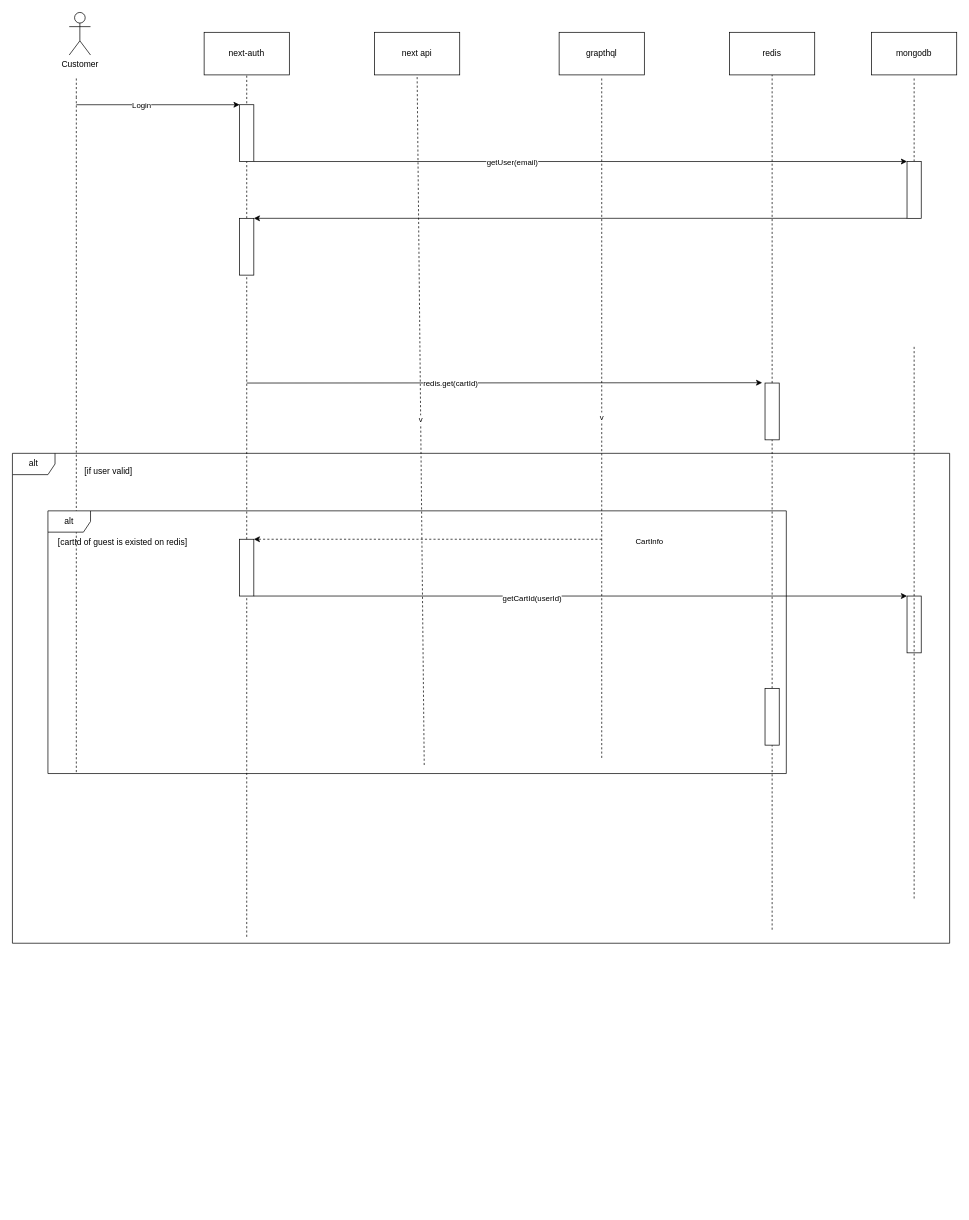
Above: public/Biểu đồ không có tiêu đề.drawio in skylie628/next-ecommerce-project (draw.io), before the change. Source tidied: cells renumbered, new cells numbered last; positions are measured from the earlier drawing's top-left corner, leaving out a move shared by most shapes. Both pictures are drawn from the tidied source at 71%, with x=0, y=0 at pixel (12, 12).
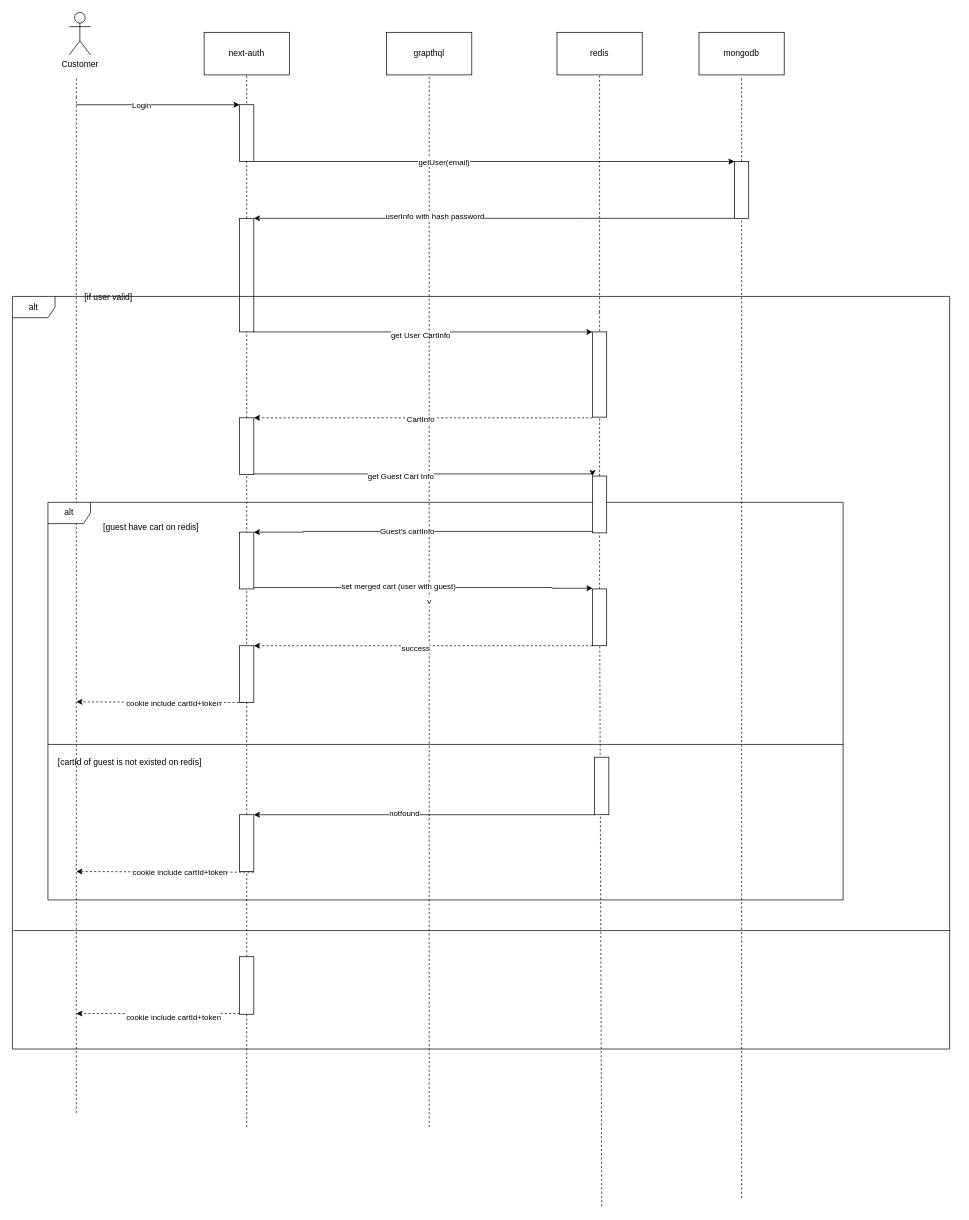
The same page after the edit.

The edit, as a diff of the source:
```diff
@@
-    <mxCell id="2" style="rounded=0;whiteSpace=wrap;html=1;" parent="1" vertex="1">
-      <mxGeometry x="1060" y="522" width="20" height="80" as="geometry" />
-    </mxCell>
+    <mxCell id="42" style="edgeStyle=orthogonalEdgeStyle;rounded=0;jettySize=auto;html=1;exitX=1;exitY=1;exitDx=0;exitDy=0;entryX=0;entryY=0;entryDx=0;entryDy=0;" parent="1" edge="1" source="41" target="49">
+      <mxGeometry relative="1" as="geometry">
+        <Array as="points">
+          <mxPoint x="520" y="450" />
+          <mxPoint x="520" y="450" />
+        </Array>
+      </mxGeometry>
+    </mxCell>
+    <mxCell id="43" value="get User CartInfo" style="edgeLabel;html=1;align=center;verticalAlign=middle;" parent="42" vertex="1">
+      <mxGeometry x="-0.02" y="-4" relative="1" as="geometry" />
+    </mxCell>
+    <mxCell id="41" style="rounded=0;whiteSpace=wrap;html=1;" parent="1" vertex="1">
+      <mxGeometry x="320" y="290" width="20" height="160" as="geometry" />
+    </mxCell>
@@
     <mxCell id="4" value="grapthql" style="rounded=0;whiteSpace=wrap;html=1;" parent="1" vertex="1">
-      <mxGeometry x="770" y="28" width="120" height="60" as="geometry" />
+      <mxGeometry x="527" y="28" width="120" height="60" as="geometry" />
     </mxCell>
@@
     <mxCell id="7" style="endArrow=none;dashed=1;html=1;rounded=0;" parent="1" edge="1">
       <mxGeometry relative="1" as="geometry">
-        <mxPoint x="90" y="1070" as="sourcePoint" />
+        <mxPoint x="90" y="1550" as="sourcePoint" />
         <mxPoint x="90" y="120" as="targetPoint" />
       </mxGeometry>
     </mxCell>
@@
     <mxCell id="9" value="v" style="endArrow=none;dashed=1;html=1;rounded=0;" parent="1" edge="1">
       <mxGeometry relative="1" as="geometry">
-        <mxPoint x="830" y="1050" as="sourcePoint" />
-        <mxPoint x="830" y="90" as="targetPoint" />
+        <mxPoint x="587" y="1570" as="sourcePoint" />
+        <mxPoint x="587" y="90" as="targetPoint" />
       </mxGeometry>
     </mxCell>
@@
     <mxCell id="13" value="redis" style="rounded=0;whiteSpace=wrap;html=1;" parent="1" vertex="1">
-      <mxGeometry x="1010" y="28" width="120" height="60" as="geometry" />
+      <mxGeometry x="767" y="28" width="120" height="60" as="geometry" />
     </mxCell>
-    <mxCell id="14" style="endArrow=none;dashed=1;html=1;rounded=0;entryX=0.5;entryY=1;entryDx=0;entryDy=0;" parent="1" edge="1" source="2" target="13">
-      <mxGeometry relative="1" as="geometry" />
+    <mxCell id="14" style="endArrow=none;dashed=1;html=1;rounded=0;entryX=0.5;entryY=1;entryDx=0;entryDy=0;" parent="1" edge="1" target="13">
+      <mxGeometry relative="1" as="geometry">
+        <mxPoint x="827" y="422" as="sourcePoint" />
+      </mxGeometry>
     </mxCell>
     <mxCell id="15" value="mongodb" style="rounded=0;whiteSpace=wrap;html=1;" parent="1" vertex="1">
-      <mxGeometry x="1210" y="28" width="120" height="60" as="geometry" />
+      <mxGeometry x="967" y="28" width="120" height="60" as="geometry" />
     </mxCell>
     <mxCell id="16" style="endArrow=none;dashed=1;html=1;rounded=0;" parent="1" edge="1" source="39">
       <mxGeometry relative="1" as="geometry">
-        <mxPoint x="1270" y="90" as="targetPoint" />
+        <mxPoint x="1027" y="90" as="targetPoint" />
       </mxGeometry>
     </mxCell>
-    <mxCell id="17" style="endArrow=classic;html=1;rounded=0;entryX=-0.2;entryY=-0.006;entryDx=0;entryDy=0;entryPerimeter=0;" parent="1" edge="1" target="2">
-      <mxGeometry relative="1" as="geometry">
-        <mxPoint x="330" y="522" as="sourcePoint" />
-      </mxGeometry>
-    </mxCell>
-    <mxCell id="18" value="redis.get(cartId)" style="edgeLabel;html=1;align=center;verticalAlign=middle;" parent="17" vertex="1">
-      <mxGeometry x="-0.21" y="1" relative="1" as="geometry">
-        <mxPoint y="1" as="offset" />
-      </mxGeometry>
-    </mxCell>
-    <mxCell id="19" style="endArrow=none;dashed=1;html=1;rounded=0;entryX=0.5;entryY=1;entryDx=0;entryDy=0;" parent="1" edge="1" source="27" target="2">
-      <mxGeometry relative="1" as="geometry" />
+    <mxCell id="19" style="endArrow=none;dashed=1;html=1;rounded=0;" parent="1" edge="1" source="27">
+      <mxGeometry relative="1" as="geometry">
+        <mxPoint x="827" y="420" as="targetPoint" />
+      </mxGeometry>
     </mxCell>
-    <mxCell id="20" style="endArrow=classic;html=1;rounded=0;dashed=1;" parent="1" edge="1">
+    <mxCell id="20" style="endArrow=classic;html=1;rounded=0;dashed=1;exitX=0;exitY=1;exitDx=0;exitDy=0;entryX=1;entryY=0;entryDx=0;entryDy=0;" parent="1" edge="1" target="23">
       <mxGeometry relative="1" as="geometry">
-        <mxPoint x="830" y="742" as="sourcePoint" />
-        <mxPoint x="340" y="742" as="targetPoint" />
+        <mxPoint x="817" y="571" as="sourcePoint" />
       </mxGeometry>
     </mxCell>
     <mxCell id="21" value="CartInfo" style="edgeLabel;html=1;align=center;verticalAlign=middle;" parent="20" vertex="1">
-      <mxGeometry x="-0.21" y="1" relative="1" as="geometry">
-        <mxPoint x="260" y="1" as="offset" />
-      </mxGeometry>
+      <mxGeometry x="0.02" y="2" relative="1" as="geometry" />
     </mxCell>
-    <mxCell id="22" style="endArrow=none;dashed=1;html=1;rounded=0;" parent="1" edge="1" target="23">
-      <mxGeometry relative="1" as="geometry">
-        <mxPoint x="330" y="1302" as="sourcePoint" />
-      </mxGeometry>
+    <mxCell id="22" style="endArrow=none;dashed=1;html=1;rounded=0;" parent="1" edge="1" source="66" target="23">
+      <mxGeometry relative="1" as="geometry" />
     </mxCell>
+    <mxCell id="44" style="edgeStyle=orthogonalEdgeStyle;rounded=0;jettySize=auto;html=1;entryX=0;entryY=0;entryDx=0;entryDy=0;" parent="1" edge="1" source="23" target="27">
+      <mxGeometry relative="1" as="geometry">
+        <Array as="points">
+          <mxPoint x="817" y="650" />
+        </Array>
+      </mxGeometry>
+    </mxCell>
+    <mxCell id="45" value="get Guest Cart Info" style="edgeLabel;html=1;align=center;verticalAlign=middle;" parent="44" vertex="1">
+      <mxGeometry x="-0.14" y="-2" relative="1" as="geometry" />
+    </mxCell>
     <mxCell id="23" style="rounded=0;whiteSpace=wrap;html=1;" parent="1" vertex="1">
-      <mxGeometry x="320" y="742" width="20" height="80" as="geometry" />
+      <mxGeometry x="320" y="571" width="20" height="80" as="geometry" />
     </mxCell>
     <mxCell id="24" value="alt" style="shape=umlFrame;whiteSpace=wrap;html=1;" parent="1" vertex="1">
-      <mxGeometry x="50" y="702" width="1040" height="370" as="geometry" />
+      <mxGeometry x="50" y="690" width="1120" height="560" as="geometry" />
     </mxCell>
-    <mxCell id="25" value="[cartId of guest is existed on redis]" style="text;html=1;align=center;verticalAlign=middle;strokeColor=none;fillColor=none;" parent="1" vertex="1">
-      <mxGeometry x="50" y="732" width="210" height="30" as="geometry" />
+    <mxCell id="25" value="[guest have cart on redis]" style="text;html=1;align=center;verticalAlign=middle;strokeColor=none;fillColor=none;" parent="1" vertex="1">
+      <mxGeometry x="115" y="710" width="160" height="30" as="geometry" />
     </mxCell>
     <mxCell id="26" style="endArrow=none;dashed=1;html=1;rounded=0;" parent="1" edge="1" target="27">
       <mxGeometry relative="1" as="geometry">
-        <mxPoint x="1070" y="1292" as="sourcePoint" />
+        <mxPoint x="827" y="812" as="sourcePoint" />
       </mxGeometry>
     </mxCell>
+    <mxCell id="46" style="edgeStyle=orthogonalEdgeStyle;rounded=0;jettySize=auto;html=1;entryX=1;entryY=0;entryDx=0;entryDy=0;exitX=0;exitY=1;exitDx=0;exitDy=0;" parent="1" edge="1" target="52">
+      <mxGeometry relative="1" as="geometry">
+        <mxPoint x="817" y="732" as="sourcePoint" />
+        <Array as="points">
+          <mxPoint x="410" y="731" />
+        </Array>
+      </mxGeometry>
+    </mxCell>
+    <mxCell id="47" value="Guest's cartInfo" style="edgeLabel;html=1;align=center;verticalAlign=middle;" parent="46" vertex="1">
+      <mxGeometry x="0.1" y="-1" relative="1" as="geometry" />
+    </mxCell>
     <mxCell id="27" style="rounded=0;whiteSpace=wrap;html=1;" parent="1" vertex="1">
-      <mxGeometry x="1060" y="952" width="20" height="80" as="geometry" />
+      <mxGeometry x="817" y="653" width="20" height="80" as="geometry" />
     </mxCell>
-    <mxCell id="28" style="endArrow=classic;html=1;rounded=0;exitX=1;exitY=1;exitDx=0;exitDy=0;entryX=0;entryY=0;entryDx=0;entryDy=0;" parent="1" edge="1" source="23" target="30">
-      <mxGeometry relative="1" as="geometry" />
-    </mxCell>
-    <mxCell id="29" value="getCartId(userId)" style="edgeLabel;html=1;align=center;verticalAlign=middle;" parent="28" vertex="1">
-      <mxGeometry x="-0.15" y="-3" relative="1" as="geometry" />
-    </mxCell>
-    <mxCell id="30" style="rounded=0;whiteSpace=wrap;html=1;" parent="1" vertex="1">
-      <mxGeometry x="1260" y="822" width="20" height="80" as="geometry" />
-    </mxCell>
-    <mxCell id="31" value="next api" style="rounded=0;whiteSpace=wrap;html=1;" parent="1" vertex="1">
-      <mxGeometry x="510" y="28" width="120" height="60" as="geometry" />
-    </mxCell>
-    <mxCell id="32" value="v" style="endArrow=none;dashed=1;html=1;rounded=0;entryX=0.5;entryY=1;entryDx=0;entryDy=0;" parent="1" edge="1" target="31">
-      <mxGeometry relative="1" as="geometry">
-        <mxPoint x="580" y="1060" as="sourcePoint" />
-      </mxGeometry>
-    </mxCell>
     <mxCell id="33" value="alt" style="shape=umlFrame;whiteSpace=wrap;html=1;" parent="1" vertex="1">
-      <mxGeometry y="621" width="1320" height="690" as="geometry" />
+      <mxGeometry y="400" width="1320" height="1060" as="geometry" />
     </mxCell>
     <mxCell id="34" value="[if user valid]" style="text;html=1;align=center;verticalAlign=middle;strokeColor=none;fillColor=none;" parent="1" vertex="1">
-      <mxGeometry x="90" y="632" width="90" height="30" as="geometry" />
+      <mxGeometry x="90" y="386" width="90" height="30" as="geometry" />
     </mxCell>
@@
-    <mxCell id="37" style="endArrow=none;dashed=1;html=1;rounded=0;" parent="1" edge="1">
+    <mxCell id="37" style="endArrow=none;dashed=1;html=1;rounded=0;entryX=0.5;entryY=1;entryDx=0;entryDy=0;" parent="1" edge="1" target="39">
       <mxGeometry relative="1" as="geometry">
-        <mxPoint x="1270" y="1248" as="sourcePoint" />
-        <mxPoint x="1270" y="468" as="targetPoint" />
+        <mxPoint x="1027" y="1670" as="sourcePoint" />
       </mxGeometry>
     </mxCell>
     <mxCell id="38" style="edgeStyle=orthogonalEdgeStyle;rounded=0;jettySize=auto;html=1;entryX=1;entryY=0;entryDx=0;entryDy=0;exitX=0;exitY=1;exitDx=0;exitDy=0;" parent="1" edge="1" source="39" target="41">
       <mxGeometry relative="1" as="geometry">
         <Array as="points">
-          <mxPoint x="340" y="290" />
+          <mxPoint x="800" y="290" />
+          <mxPoint x="800" y="290" />
         </Array>
       </mxGeometry>
     </mxCell>
+    <mxCell id="48" value="userInfo with hash password" style="edgeLabel;html=1;align=center;verticalAlign=middle;" parent="38" vertex="1">
+      <mxGeometry x="0.25" y="-4" relative="1" as="geometry" />
+    </mxCell>
     <mxCell id="39" style="rounded=0;whiteSpace=wrap;html=1;" parent="1" vertex="1">
-      <mxGeometry x="1260" y="210" width="20" height="80" as="geometry" />
+      <mxGeometry x="1017" y="210" width="20" height="80" as="geometry" />
     </mxCell>
-    <mxCell id="40" style="endArrow=none;dashed=1;html=1;rounded=0;" parent="1" edge="1" source="23" target="41">
+    <mxCell id="40" style="endArrow=none;dashed=1;html=1;rounded=0;entryX=0.5;entryY=1;entryDx=0;entryDy=0;" parent="1" edge="1" source="23" target="41">
       <mxGeometry relative="1" as="geometry" />
     </mxCell>
-    <mxCell id="41" style="rounded=0;whiteSpace=wrap;html=1;" parent="1" vertex="1">
-      <mxGeometry x="320" y="290" width="20" height="80" as="geometry" />
-    </mxCell>
+    <mxCell id="49" style="rounded=0;whiteSpace=wrap;html=1;" parent="1" vertex="1">
+      <mxGeometry x="817" y="450" width="20" height="120" as="geometry" />
+    </mxCell>
+    <mxCell id="50" style="edgeStyle=orthogonalEdgeStyle;rounded=0;orthogonalLoop=1;jettySize=auto;html=1;entryX=0;entryY=0;entryDx=0;entryDy=0;" parent="1" edge="1">
+      <mxGeometry relative="1" as="geometry">
+        <mxPoint x="340" y="810" as="sourcePoint" />
+        <mxPoint x="817" y="811" as="targetPoint" />
+        <Array as="points">
+          <mxPoint x="760" y="810" />
+          <mxPoint x="760" y="811" />
+        </Array>
+      </mxGeometry>
+    </mxCell>
+    <mxCell id="51" value="set merged cart (user with guest)" style="edgeLabel;html=1;align=center;verticalAlign=middle;" parent="50" vertex="1">
+      <mxGeometry x="-0.15" y="2" relative="1" as="geometry" />
+    </mxCell>
+    <mxCell id="52" style="rounded=0;whiteSpace=wrap;html=1;" parent="1" vertex="1">
+      <mxGeometry x="320" y="732" width="20" height="80" as="geometry" />
+    </mxCell>
+    <mxCell id="53" style="endArrow=none;dashed=1;html=1;rounded=0;" parent="1" edge="1">
+      <mxGeometry relative="1" as="geometry">
+        <mxPoint x="830" y="1681.7" as="sourcePoint" />
+        <mxPoint x="827" y="816" as="targetPoint" />
+      </mxGeometry>
+    </mxCell>
+    <mxCell id="54" style="edgeStyle=orthogonalEdgeStyle;rounded=0;jettySize=auto;html=1;entryX=1;entryY=0;entryDx=0;entryDy=0;dashed=1;" parent="1" edge="1" source="56" target="57">
+      <mxGeometry relative="1" as="geometry">
+        <Array as="points">
+          <mxPoint x="670" y="892" />
+          <mxPoint x="670" y="892" />
+        </Array>
+      </mxGeometry>
+    </mxCell>
+    <mxCell id="55" value="success" style="edgeLabel;html=1;align=center;verticalAlign=middle;" parent="54" vertex="1">
+      <mxGeometry x="0.05" y="3" relative="1" as="geometry" />
+    </mxCell>
+    <mxCell id="56" style="rounded=0;whiteSpace=wrap;html=1;" parent="1" vertex="1">
+      <mxGeometry x="817" y="812" width="20" height="80" as="geometry" />
+    </mxCell>
+    <mxCell id="57" style="rounded=0;whiteSpace=wrap;html=1;" parent="1" vertex="1">
+      <mxGeometry x="320" y="892" width="20" height="80" as="geometry" />
+    </mxCell>
+    <mxCell id="58" style="endArrow=classic;html=1;rounded=0;exitX=0.25;exitY=1;exitDx=0;exitDy=0;dashed=1;" parent="1" edge="1" source="57">
+      <mxGeometry relative="1" as="geometry">
+        <mxPoint x="90" y="971" as="targetPoint" />
+      </mxGeometry>
+    </mxCell>
+    <mxCell id="59" value="cookie include cartId+token" style="edgeLabel;html=1;align=center;verticalAlign=middle;" parent="58" vertex="1">
+      <mxGeometry x="-0.17" y="1" relative="1" as="geometry" />
+    </mxCell>
+    <mxCell id="60" style="endArrow=none;html=1;rounded=0;exitX=0;exitY=0.837;exitDx=0;exitDy=0;exitPerimeter=0;entryX=1;entryY=0.837;entryDx=0;entryDy=0;entryPerimeter=0;" parent="1" edge="1">
+      <mxGeometry relative="1" as="geometry">
+        <mxPoint x="50" y="1031" as="sourcePoint" />
+        <mxPoint x="1170" y="1031" as="targetPoint" />
+      </mxGeometry>
+    </mxCell>
+    <mxCell id="61" value="[cartId of guest is not existed on redis]" style="text;html=1;align=center;verticalAlign=middle;strokeColor=none;fillColor=none;" parent="1" vertex="1">
+      <mxGeometry x="50" y="1041" width="230" height="30" as="geometry" />
+    </mxCell>
+    <mxCell id="62" style="edgeStyle=orthogonalEdgeStyle;rounded=0;jettySize=auto;html=1;entryX=1;entryY=0;entryDx=0;entryDy=0;" parent="1" edge="1" source="64" target="66">
+      <mxGeometry relative="1" as="geometry">
+        <Array as="points">
+          <mxPoint x="830" y="1130" />
+        </Array>
+      </mxGeometry>
+    </mxCell>
+    <mxCell id="63" value="notfound" style="edgeLabel;html=1;align=center;verticalAlign=middle;" parent="62" vertex="1">
+      <mxGeometry x="0.12" y="-2" relative="1" as="geometry" />
+    </mxCell>
+    <mxCell id="64" style="rounded=0;whiteSpace=wrap;html=1;" parent="1" vertex="1">
+      <mxGeometry x="820" y="1049" width="20" height="81" as="geometry" />
+    </mxCell>
+    <mxCell id="65" style="endArrow=none;dashed=1;html=1;rounded=0;" parent="1" edge="1" source="73" target="66">
+      <mxGeometry relative="1" as="geometry" />
+    </mxCell>
+    <mxCell id="66" style="rounded=0;whiteSpace=wrap;html=1;" parent="1" vertex="1">
+      <mxGeometry x="320" y="1130" width="20" height="80" as="geometry" />
+    </mxCell>
+    <mxCell id="67" style="endArrow=classic;html=1;rounded=0;exitX=0.25;exitY=1;exitDx=0;exitDy=0;dashed=1;" parent="1" edge="1">
+      <mxGeometry relative="1" as="geometry">
+        <mxPoint x="340" y="1211" as="sourcePoint" />
+        <mxPoint x="90" y="1210" as="targetPoint" />
+      </mxGeometry>
+    </mxCell>
+    <mxCell id="68" value="cookie include cartId+token" style="edgeLabel;html=1;align=center;verticalAlign=middle;" parent="67" vertex="1">
+      <mxGeometry x="-0.17" y="1" relative="1" as="geometry" />
+    </mxCell>
+    <mxCell id="69" style="endArrow=none;html=1;rounded=0;exitX=0.001;exitY=0.908;exitDx=0;exitDy=0;exitPerimeter=0;entryX=1;entryY=0.908;entryDx=0;entryDy=0;entryPerimeter=0;" parent="1" edge="1">
+      <mxGeometry relative="1" as="geometry">
+        <mxPoint x="1.3" y="1293.2" as="sourcePoint" />
+        <mxPoint x="1320" y="1293.2" as="targetPoint" />
+      </mxGeometry>
+    </mxCell>
+    <mxCell id="70" style="endArrow=none;dashed=1;html=1;rounded=0;" parent="1" edge="1" target="73">
+      <mxGeometry relative="1" as="geometry">
+        <mxPoint x="330" y="1570" as="sourcePoint" />
+      </mxGeometry>
+    </mxCell>
+    <mxCell id="71" style="edgeStyle=orthogonalEdgeStyle;rounded=0;jettySize=auto;html=1;dashed=1;" parent="1" edge="1" source="73">
+      <mxGeometry relative="1" as="geometry">
+        <mxPoint x="90" y="1410" as="targetPoint" />
+        <Array as="points">
+          <mxPoint x="270" y="1410" />
+          <mxPoint x="270" y="1410" />
+        </Array>
+      </mxGeometry>
+    </mxCell>
+    <mxCell id="72" value="cookie include cartId+token" style="edgeLabel;html=1;align=center;verticalAlign=middle;" parent="71" vertex="1">
+      <mxGeometry x="-0.18" y="4" relative="1" as="geometry" />
+    </mxCell>
+    <mxCell id="73" style="rounded=0;whiteSpace=wrap;html=1;" parent="1" vertex="1">
+      <mxGeometry x="320" y="1330" width="20" height="81" as="geometry" />
+    </mxCell>
```
